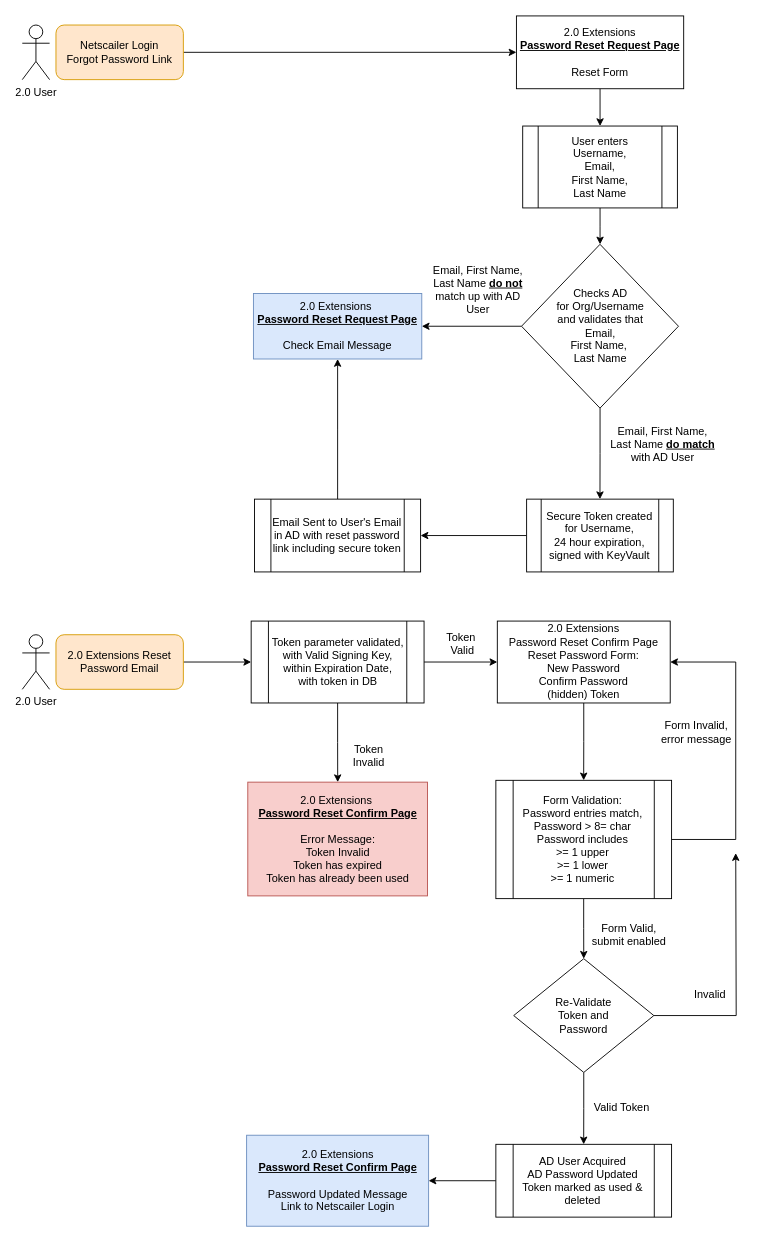
Above: Untitled Diagram.drawio in rgmoore/drawio (draw.io), before the change. Source tidied: cells renumbered, new cells numbered last; positions are measured from the earlier drawing's top-left corner, leaving out a move shared by most shapes. Both pictures are drawn from the tidied source at 91%, with x=0, y=0 at pixel (22, 15).
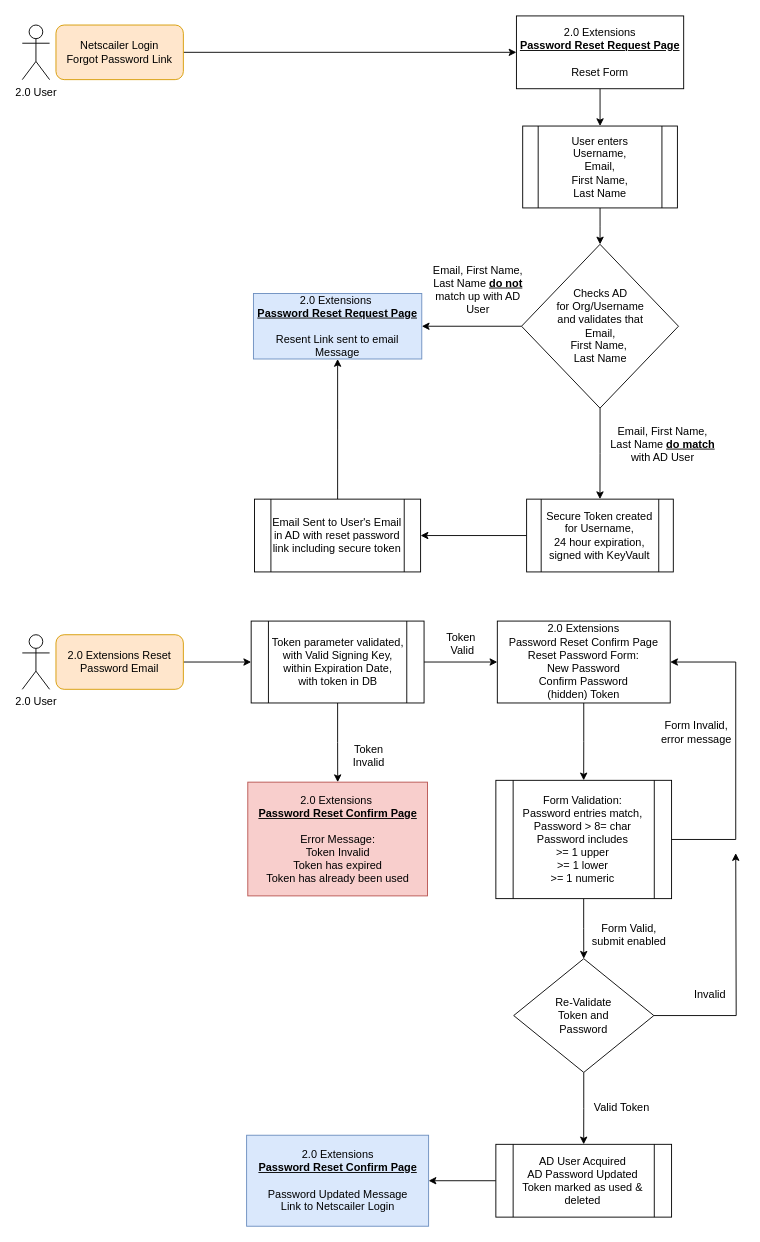
The same page after the edit.

Change to the diagram source:
```diff
@@
-    <mxCell id="12" value="2.0 Extensions&amp;nbsp;&lt;br&gt;&lt;b&gt;&lt;u&gt;Password Reset Request Page&lt;br&gt;&lt;/u&gt;&lt;/b&gt;&lt;br&gt;Check Email Message" style="rounded=0;whiteSpace=wrap;html=1;fillColor=#dae8fc;strokeColor=#6c8ebf;" parent="1" vertex="1">
+    <mxCell id="12" value="2.0 Extensions&amp;nbsp;&lt;br&gt;&lt;b&gt;&lt;u&gt;Password Reset Request Page&lt;br&gt;&lt;/u&gt;&lt;/b&gt;&lt;br&gt;Resent Link sent to email Message" style="rounded=0;whiteSpace=wrap;html=1;fillColor=#dae8fc;strokeColor=#6c8ebf;" parent="1" vertex="1">
       <mxGeometry x="254" y="305" width="185" height="72" as="geometry" />
     </mxCell>
```
